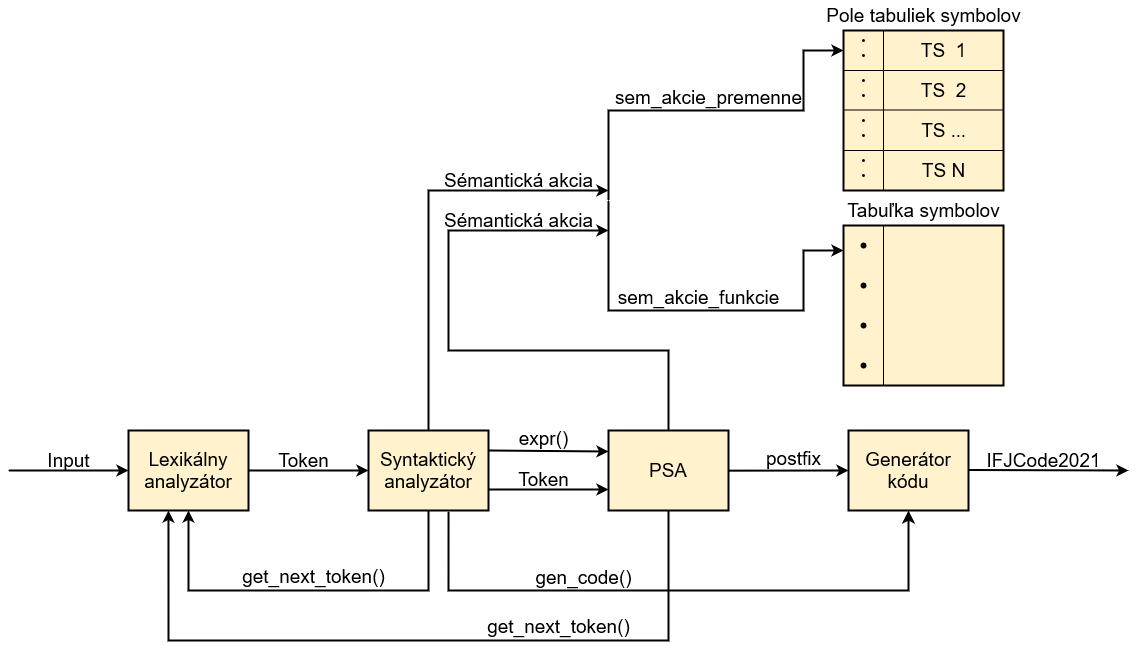
This is documentation/src/spolu.drawio.png from AndreiShchepa/BUT_COMPILER_2021, a draw.io export, as it was before one commit. Source tidied: cells renumbered, new cells last; positions are measured from the earlier drawing's top-left corner, leaving out a move shared by most shapes.
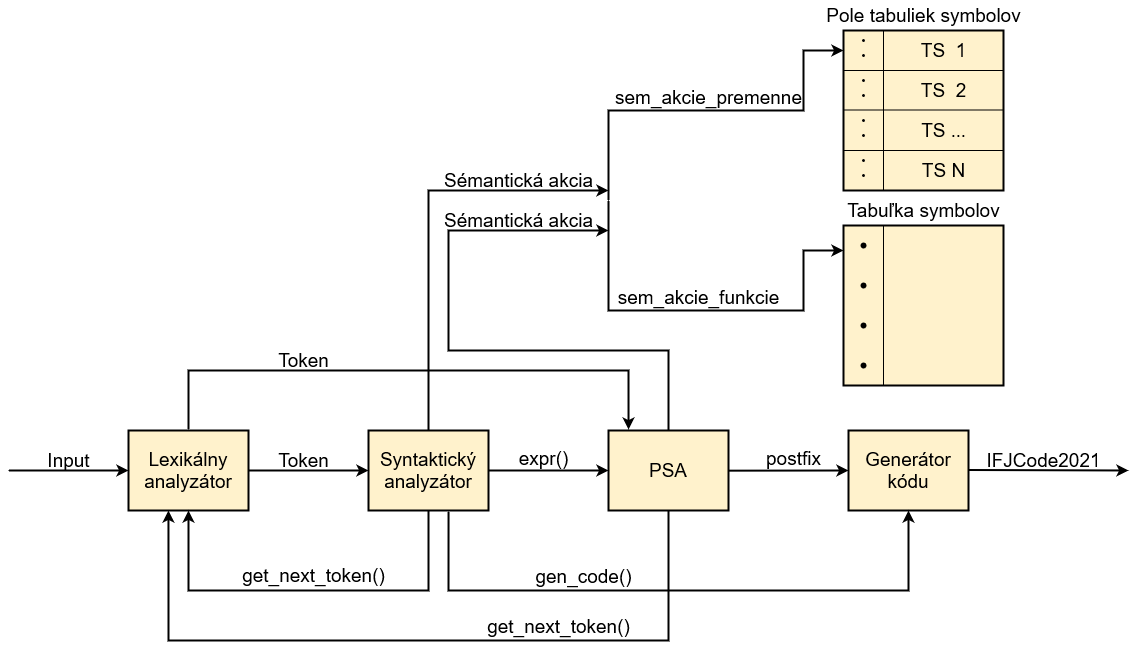
The same file after the commit.

Change to the diagram source:
```diff
@@ -14,7 +14,7 @@
       <mxGeometry x="30" y="445" width="60" height="30" as="geometry" />
     </mxCell>
     <mxCell id="5" value="get_next_token()" style="text;html=1;align=center;verticalAlign=middle;strokeColor=none;fillColor=none;fontSize=19;" parent="1" vertex="1">
-      <mxGeometry x="225" y="561" width="160" height="30" as="geometry" />
+      <mxGeometry x="225" y="560" width="160" height="30" as="geometry" />
     </mxCell>
     <mxCell id="6" value="&lt;font style=&quot;font-size: 19px&quot;&gt;Syntaktický analyzátor&lt;/font&gt;" style="rounded=0;whiteSpace=wrap;html=1;strokeWidth=2;fillColor=#fff2cc;strokeColor=#000000;" parent="1" vertex="1">
       <mxGeometry x="360" y="430" width="120" height="80" as="geometry" />
@@ -37,7 +37,7 @@
       </mxGeometry>
     </mxCell>
     <mxCell id="11" value="expr()" style="text;html=1;align=center;verticalAlign=middle;strokeColor=none;fillColor=none;fontSize=19;" parent="1" vertex="1">
-      <mxGeometry x="500" y="423" width="70" height="30" as="geometry" />
+      <mxGeometry x="500" y="443" width="70" height="30" as="geometry" />
     </mxCell>
     <mxCell id="12" style="endArrow=classic;html=1;rounded=0;fontSize=19;entryX=0.5;entryY=1;entryDx=0;entryDy=0;exitX=0.5;exitY=1;exitDx=0;exitDy=0;strokeWidth=2;" parent="1" edge="1" source="6" target="2">
       <mxGeometry relative="1" as="geometry">
@@ -54,9 +54,6 @@
     <mxCell id="14" value="&lt;font style=&quot;font-size: 19px&quot;&gt;get_next_token()&lt;/font&gt;" style="text;html=1;align=center;verticalAlign=middle;strokeColor=none;fillColor=none;" parent="1" vertex="1">
       <mxGeometry x="470" y="616" width="160" height="20" as="geometry" />
     </mxCell>
-    <mxCell id="15" value="Token" style="text;html=1;align=center;verticalAlign=middle;strokeColor=none;fillColor=none;fontSize=19;" parent="1" vertex="1">
-      <mxGeometry x="500" y="464" width="70" height="30" as="geometry" />
-    </mxCell>
     <mxCell id="16" style="endArrow=classic;html=1;rounded=0;fontSize=19;exitX=1;exitY=0.25;exitDx=0;exitDy=0;strokeWidth=2;" parent="1" edge="1">
       <mxGeometry relative="1" as="geometry">
         <mxPoint x="720" y="470.2" as="sourcePoint" />
@@ -66,18 +63,9 @@
     <mxCell id="17" value="postfix " style="text;html=1;align=center;verticalAlign=middle;strokeColor=none;fillColor=none;fontSize=19;" parent="1" vertex="1">
       <mxGeometry x="750" y="443" width="70" height="30" as="geometry" />
     </mxCell>
-    <mxCell id="18" style="endArrow=classic;html=1;rounded=0;fontSize=19;exitX=1;exitY=0.25;exitDx=0;exitDy=0;strokeWidth=2;" parent="1" edge="1">
-      <mxGeometry relative="1" as="geometry">
-        <mxPoint x="480" y="450" as="sourcePoint" />
-        <mxPoint x="600" y="451" as="targetPoint" />
-      </mxGeometry>
+    <mxCell id="18" style="endArrow=classic;html=1;rounded=0;fontSize=19;exitX=1;exitY=0.5;exitDx=0;exitDy=0;entryX=0;entryY=0.5;entryDx=0;entryDy=0;strokeWidth=2;" parent="1" edge="1" source="6" target="13">
+      <mxGeometry relative="1" as="geometry" />
     </mxCell>
-    <mxCell id="19" style="endArrow=classic;html=1;rounded=0;fontSize=19;exitX=1;exitY=0.75;exitDx=0;exitDy=0;strokeWidth=2;" parent="1" edge="1">
-      <mxGeometry relative="1" as="geometry">
-        <mxPoint x="480" y="489" as="sourcePoint" />
-        <mxPoint x="600" y="489" as="targetPoint" />
-      </mxGeometry>
-    </mxCell>
     <mxCell id="20" style="endArrow=classic;html=1;rounded=0;fontSize=19;exitX=0.5;exitY=1;exitDx=0;exitDy=0;entryX=0.333;entryY=1;entryDx=0;entryDy=0;entryPerimeter=0;strokeWidth=2;" parent="1" edge="1" source="13" target="2">
       <mxGeometry relative="1" as="geometry">
         <Array as="points">
@@ -213,7 +201,7 @@
       <mxGeometry x="840" y="430" width="120" height="80" as="geometry" />
     </mxCell>
     <mxCell id="53" value="&lt;font style=&quot;font-size: 19px&quot;&gt;gen_code()&lt;/font&gt;" style="text;html=1;align=center;verticalAlign=middle;strokeColor=none;fillColor=none;" parent="1" vertex="1">
-      <mxGeometry x="520" y="567" width="110" height="20" as="geometry" />
+      <mxGeometry x="520" y="566" width="110" height="20" as="geometry" />
     </mxCell>
     <mxCell id="54" style="endArrow=classic;html=1;rounded=0;fontSize=19;exitX=1;exitY=0.25;exitDx=0;exitDy=0;strokeWidth=2;" parent="1" edge="1">
       <mxGeometry relative="1" as="geometry">
@@ -224,7 +212,7 @@
     <mxCell id="55" value="IFJCode2021" style="text;html=1;align=center;verticalAlign=middle;strokeColor=none;fillColor=none;fontSize=19;" parent="1" vertex="1">
       <mxGeometry x="970" y="445" width="130" height="30" as="geometry" />
     </mxCell>
-    <mxCell id="56" style="endArrow=classic;html=1;rounded=0;fontSize=19;entryX=0.5;entryY=1;entryDx=0;entryDy=0;exitX=0.667;exitY=1.013;exitDx=0;exitDy=0;exitPerimeter=0;strokeColor=default;startArrow=none;startFill=0;endSize=7;strokeWidth=2;" parent="1" edge="1" source="6" target="52">
+    <mxCell id="56" style="endArrow=classic;html=1;rounded=0;fontSize=19;entryX=0.5;entryY=1;entryDx=0;entryDy=0;exitX=0.667;exitY=1.013;exitDx=0;exitDy=0;exitPerimeter=0;strokeColor=default;startArrow=none;startFill=0;strokeWidth=2;" parent="1" edge="1" source="6" target="52">
       <mxGeometry relative="1" as="geometry">
         <Array as="points">
           <mxPoint x="440" y="590" />
@@ -232,5 +220,17 @@
         </Array>
       </mxGeometry>
     </mxCell>
+    <mxCell id="57" style="endArrow=classic;html=1;rounded=0;fontSize=19;exitX=1;exitY=0.5;exitDx=0;exitDy=0;entryX=0.167;entryY=-0.012;entryDx=0;entryDy=0;entryPerimeter=0;strokeWidth=2;" parent="1" edge="1" target="13">
+      <mxGeometry relative="1" as="geometry">
+        <mxPoint x="180" y="429" as="sourcePoint" />
+        <Array as="points">
+          <mxPoint x="180" y="370" />
+          <mxPoint x="620" y="370" />
+        </Array>
+      </mxGeometry>
+    </mxCell>
+    <mxCell id="15" value="Token" style="text;html=1;align=center;verticalAlign=middle;strokeColor=none;fillColor=none;fontSize=19;" parent="1" vertex="1">
+      <mxGeometry x="260" y="345" width="70" height="30" as="geometry" />
+    </mxCell>
   </root>
 </mxGraphModel>
```
